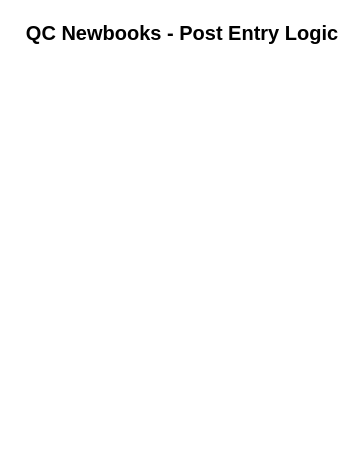
tatianacastro1904-prog/diagram-qc-new-books keeps this draw.io diagram as page "Part A — Flowchart" (1 of 2) of QC_NewBooks_Diagrams.drawio. Above is the earlier version. Source tidied: cells renumbered, new cells numbered last; positions are measured from the earlier drawing's top-left corner, leaving out a move shared by most shapes. Both pictures are drawn from the tidied source at 100%, with x=0, y=0 at pixel (17, 17).
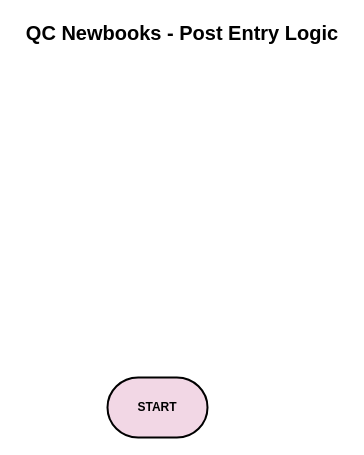
Above is the later version.

What changed in the source:
```diff
@@
 <mxGraphModel>
   <root>
     <mxCell id="0" />
     <mxCell id="1" parent="0" />
     <mxCell id="2" value="QC Newbooks - Post Entry Logic" style="text;html=1;whiteSpace=wrap;strokeColor=none;fillColor=none;align=center;verticalAlign=middle;rounded=0;fontStyle=1;fontSize=20;" parent="1" vertex="1">
       <mxGeometry width="330" height="30" as="geometry" />
     </mxCell>
+    <mxCell id="3" value="&lt;b&gt;START&lt;/b&gt;" style="strokeWidth=2;html=1;shape=mxgraph.flowchart.terminator;whiteSpace=wrap;gradientColor=none;fillColor=#F2D7E5;" parent="1" vertex="1">
+      <mxGeometry x="90" y="360" width="100" height="60" as="geometry" />
+    </mxCell>
   </root>
 </mxGraphModel>
```
